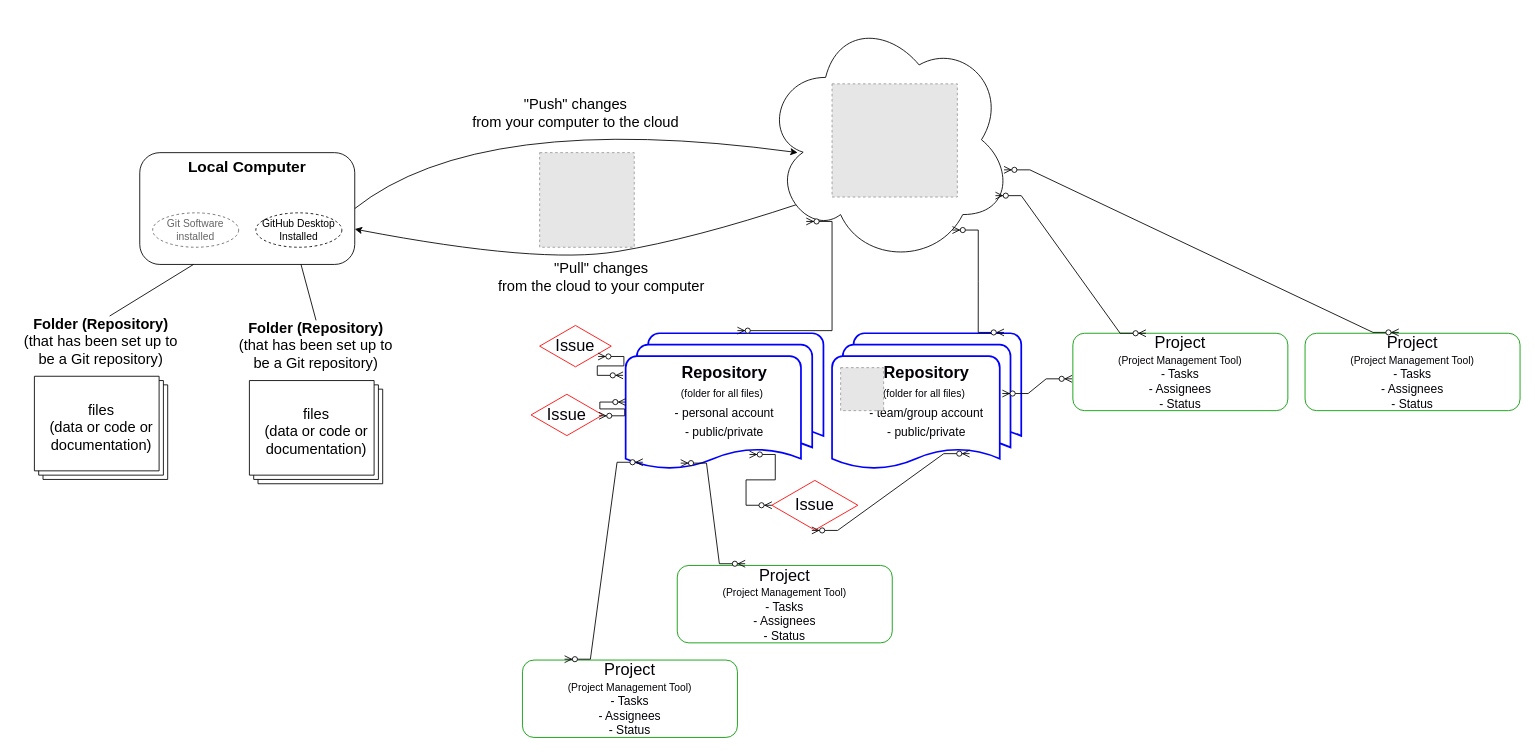
camrynallen/CamrynDAllen keeps this draw.io diagram as Untitled Diagram.drawio. Above is the earlier version. Source tidied: cells renumbered, new cells numbered last; positions are measured from the earlier drawing's top-left corner, leaving out a move shared by most shapes. Both pictures are drawn from the tidied source at 86%, with x=0, y=0 at pixel (15, 15). Pictures stored in the file or linked from it are replaced by grey dashed boxes.
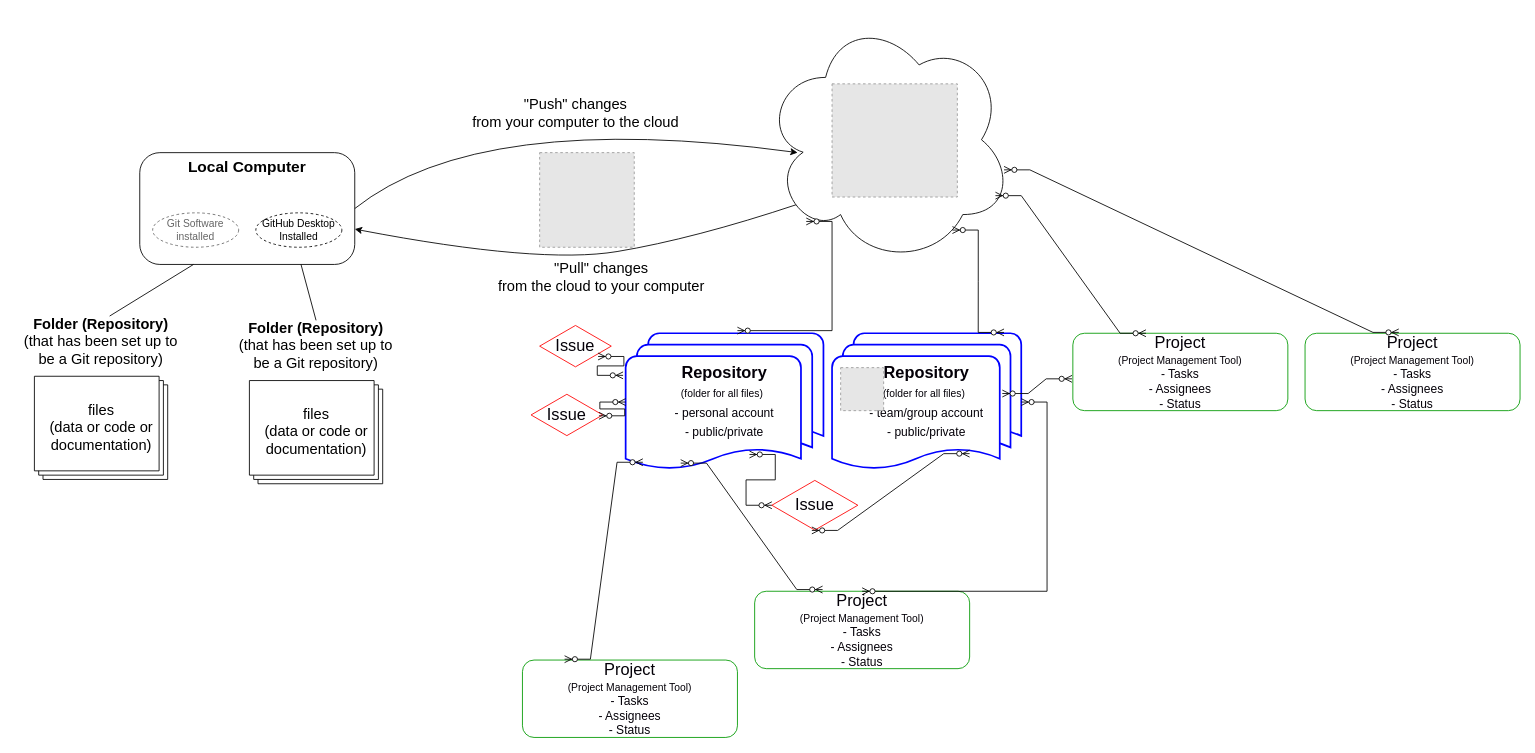
The same diagram, later.

Commit message:
made a project link to 2 repos

Unchanged cells that the change refers to:
```xml
<mxCell id="14" value="&lt;b&gt;Repository&lt;br&gt;&lt;/b&gt;&lt;font style=&quot;font-size: 12px;&quot;&gt;(folder for all files)&lt;/font&gt;&amp;nbsp;&lt;br&gt;&lt;font style=&quot;font-size: 14px;&quot;&gt;- team/group account&lt;br&gt;- public/private&lt;br&gt;&lt;/font&gt;" style="strokeWidth=2;html=1;shape=mxgraph.flowchart.multi-document;whiteSpace=wrap;strokeColor=#0000FF;fontSize=19;fontColor=#040008;" parent="1" vertex="1">
  <mxGeometry x="950" y="370" width="220" height="160" as="geometry" />
</mxCell>
```

What changed in the source:
```diff
@@
     <mxCell id="11" value="&lt;font style=&quot;font-size: 19px;&quot;&gt;Project&lt;/font&gt;&lt;br&gt;&lt;font style=&quot;font-size: 12px;&quot;&gt;(Project Management Tool)&lt;br&gt;&lt;/font&gt;- Tasks&lt;br&gt;- Assignees&lt;br&gt;- Status" style="rounded=1;whiteSpace=wrap;html=1;strokeColor=#009900;fontSize=14;fontColor=#040008;" parent="1" vertex="1">
-      <mxGeometry x="770" y="640" width="250" height="90" as="geometry" />
+      <mxGeometry x="860" y="670" width="250" height="90" as="geometry" />
     </mxCell>
@@
+    <mxCell id="39" style="edgeStyle=entityRelationEdgeStyle;fontSize=12;html=1;endArrow=ERzeroToMany;endFill=1;startArrow=ERzeroToMany;rounded=0;fontColor=#040008;entryX=0.5;entryY=0;entryDx=0;entryDy=0;" parent="1" edge="1" source="14" target="11">
+      <mxGeometry relative="1" as="geometry" />
+    </mxCell>
```
